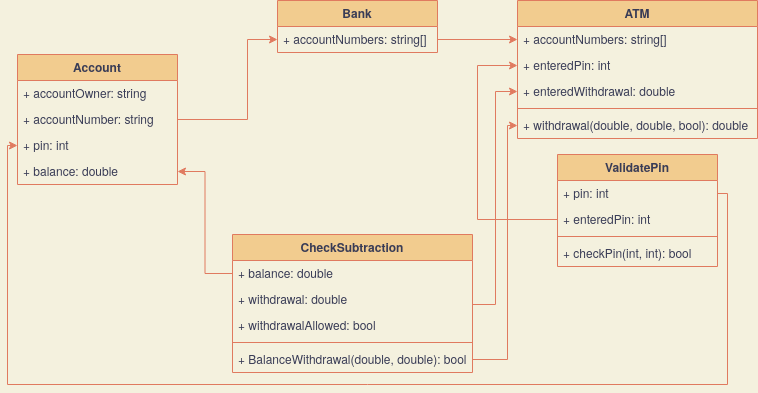
The draw.io diagram assets/class-diagram.png in LinusTM/atm-unittesting, before a commit. Source tidied: cells renumbered, new cells last; positions are measured from the earlier drawing's top-left corner, leaving out a move shared by most shapes.
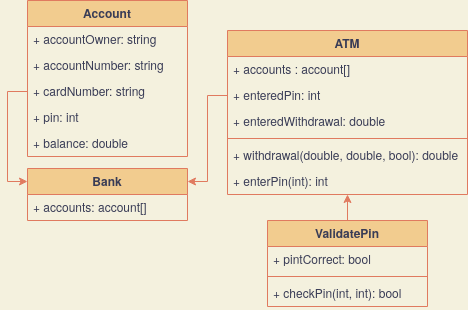
Above is the later version.

Change to the diagram source:
```diff
@@ -3,7 +3,7 @@
     <mxCell id="0" />
     <mxCell id="1" parent="0" />
     <mxCell id="2" value="Account" style="swimlane;fontStyle=1;align=center;verticalAlign=top;horizontal=1;startSize=26;fillColor=#F2CC8F;strokeColor=#E07A5F;fontColor=#393C56;" parent="1" vertex="1">
-      <mxGeometry x="10" y="54" width="160" height="130" as="geometry" />
+      <mxGeometry x="280" y="-116" width="160" height="156" as="geometry" />
     </mxCell>
     <mxCell id="3" value="+ accountOwner: string" style="text;strokeColor=none;fillColor=none;align=left;verticalAlign=top;spacingLeft=4;spacingRight=4;overflow=hidden;fontColor=#393C56;" parent="2" vertex="1">
       <mxGeometry y="26" width="160" height="26" as="geometry" />
@@ -11,31 +11,34 @@
     <mxCell id="4" value="+ accountNumber: string" style="text;strokeColor=none;fillColor=none;align=left;verticalAlign=top;spacingLeft=4;spacingRight=4;overflow=hidden;points=[[0,0.5],[1,0.5]];portConstraint=eastwest;fontColor=#393C56;" parent="2" vertex="1">
       <mxGeometry y="52" width="160" height="26" as="geometry" />
     </mxCell>
+    <mxCell id="33" value="+ cardNumber: string" style="text;strokeColor=none;fillColor=none;align=left;verticalAlign=top;spacingLeft=4;spacingRight=4;overflow=hidden;points=[[0,0.5],[1,0.5]];portConstraint=eastwest;fontColor=#393C56;" parent="2" vertex="1">
+      <mxGeometry y="78" width="160" height="26" as="geometry" />
+    </mxCell>
     <mxCell id="5" value="+ pin: int" style="text;strokeColor=none;fillColor=none;align=left;verticalAlign=top;spacingLeft=4;spacingRight=4;overflow=hidden;points=[[0,0.5],[1,0.5]];portConstraint=eastwest;fontColor=#393C56;" parent="2" vertex="1">
-      <mxGeometry y="78" width="160" height="26" as="geometry" />
+      <mxGeometry y="104" width="160" height="26" as="geometry" />
     </mxCell>
     <mxCell id="6" value="+ balance: double" style="text;strokeColor=none;fillColor=none;align=left;verticalAlign=top;spacingLeft=4;spacingRight=4;overflow=hidden;points=[[0,0.5],[1,0.5]];portConstraint=eastwest;fontColor=#393C56;" parent="2" vertex="1">
-      <mxGeometry y="104" width="160" height="26" as="geometry" />
+      <mxGeometry y="130" width="160" height="26" as="geometry" />
     </mxCell>
+    <mxCell id="34" style="edgeStyle=orthogonalEdgeStyle;rounded=1;sketch=0;jettySize=auto;html=1;exitX=0.5;exitY=0;exitDx=0;exitDy=0;entryX=0.5;entryY=1;entryDx=0;entryDy=0;fontColor=#393C56;strokeColor=#E07A5F;fillColor=#F2CC8F;" parent="1" edge="1" source="7" target="12">
+      <mxGeometry relative="1" as="geometry" />
+    </mxCell>
     <mxCell id="7" value="ValidatePin" style="swimlane;fontStyle=1;align=center;verticalAlign=top;horizontal=1;startSize=26;fillColor=#F2CC8F;strokeColor=#E07A5F;fontColor=#393C56;" parent="1" vertex="1">
-      <mxGeometry x="550" y="154" width="160" height="112" as="geometry" />
+      <mxGeometry x="520" y="104" width="160" height="86" as="geometry" />
     </mxCell>
-    <mxCell id="8" value="+ pin: int" style="text;strokeColor=none;fillColor=none;align=left;verticalAlign=top;spacingLeft=4;spacingRight=4;overflow=hidden;points=[[0,0.5],[1,0.5]];portConstraint=eastwest;fontColor=#393C56;" parent="7" vertex="1">
+    <mxCell id="8" value="+ pintCorrect: bool" style="text;strokeColor=none;fillColor=none;align=left;verticalAlign=top;spacingLeft=4;spacingRight=4;overflow=hidden;points=[[0,0.5],[1,0.5]];portConstraint=eastwest;fontColor=#393C56;" parent="7" vertex="1">
       <mxGeometry y="26" width="160" height="26" as="geometry" />
     </mxCell>
-    <mxCell id="9" value="+ enteredPin: int" style="text;strokeColor=none;fillColor=none;align=left;verticalAlign=top;spacingLeft=4;spacingRight=4;overflow=hidden;points=[[0,0.5],[1,0.5]];portConstraint=eastwest;fontColor=#393C56;" parent="7" vertex="1">
-      <mxGeometry y="52" width="160" height="26" as="geometry" />
-    </mxCell>
     <mxCell id="10" style="line;strokeWidth=1;fillColor=none;align=left;verticalAlign=middle;spacingTop=-1;spacingLeft=3;spacingRight=3;labelPosition=right;labelBackgroundColor=#F4F1DE;strokeColor=#E07A5F;fontColor=#393C56;" parent="7" vertex="1">
-      <mxGeometry y="78" width="160" height="8" as="geometry" />
+      <mxGeometry y="52" width="160" height="8" as="geometry" />
     </mxCell>
     <mxCell id="11" value="+ checkPin(int, int): bool" style="text;strokeColor=none;fillColor=none;align=left;verticalAlign=top;spacingLeft=4;spacingRight=4;overflow=hidden;fontColor=#393C56;" parent="7" vertex="1">
-      <mxGeometry y="86" width="160" height="26" as="geometry" />
+      <mxGeometry y="60" width="160" height="26" as="geometry" />
     </mxCell>
     <mxCell id="12" value="ATM&#10;" style="swimlane;fontStyle=1;align=center;verticalAlign=top;horizontal=1;startSize=26;fillColor=#F2CC8F;strokeColor=#E07A5F;fontColor=#393C56;" parent="1" vertex="1">
-      <mxGeometry x="510" width="240" height="138" as="geometry" />
+      <mxGeometry x="480" y="-86" width="240" height="164" as="geometry" />
     </mxCell>
-    <mxCell id="13" value="+ accountNumbers: string[]" style="text;strokeColor=none;fillColor=none;align=left;verticalAlign=top;spacingLeft=4;spacingRight=4;overflow=hidden;points=[[0,0.5],[1,0.5]];portConstraint=eastwest;fontColor=#393C56;" parent="12" vertex="1">
+    <mxCell id="13" value="+ accounts : account[]" style="text;strokeColor=none;fillColor=none;align=left;verticalAlign=top;spacingLeft=4;spacingRight=4;overflow=hidden;points=[[0,0.5],[1,0.5]];portConstraint=eastwest;fontColor=#393C56;" parent="12" vertex="1">
       <mxGeometry y="26" width="240" height="26" as="geometry" />
     </mxCell>
     <mxCell id="14" value="+ enteredPin: int" style="text;strokeColor=none;fillColor=none;align=left;verticalAlign=top;spacingLeft=4;spacingRight=4;overflow=hidden;points=[[0,0.5],[1,0.5]];portConstraint=eastwest;fontColor=#393C56;" parent="12" vertex="1">
@@ -50,77 +53,20 @@
     <mxCell id="17" value="+ withdrawal(double, double, bool): double" style="text;strokeColor=none;fillColor=none;align=left;verticalAlign=top;spacingLeft=4;spacingRight=4;overflow=hidden;points=[[0,0.5],[1,0.5]];portConstraint=eastwest;fontColor=#393C56;" parent="12" vertex="1">
       <mxGeometry y="112" width="240" height="26" as="geometry" />
     </mxCell>
-    <mxCell id="18" value="CheckSubtraction" style="swimlane;fontStyle=1;align=center;verticalAlign=top;horizontal=1;startSize=26;fillColor=#F2CC8F;strokeColor=#E07A5F;fontColor=#393C56;" parent="1" vertex="1">
-      <mxGeometry x="225" y="234" width="240" height="138" as="geometry" />
-    </mxCell>
-    <mxCell id="19" value="+ balance: double" style="text;strokeColor=none;fillColor=none;align=left;verticalAlign=top;spacingLeft=4;spacingRight=4;overflow=hidden;points=[[0,0.5],[1,0.5]];portConstraint=eastwest;fontColor=#393C56;" parent="18" vertex="1">
-      <mxGeometry y="26" width="240" height="26" as="geometry" />
-    </mxCell>
-    <mxCell id="20" value="+ withdrawal: double" style="text;strokeColor=none;fillColor=none;align=left;verticalAlign=top;spacingLeft=4;spacingRight=4;overflow=hidden;fontColor=#393C56;" parent="18" vertex="1">
-      <mxGeometry y="52" width="240" height="26" as="geometry" />
-    </mxCell>
-    <mxCell id="21" value="+ withdrawalAllowed: bool&#10;" style="text;strokeColor=none;fillColor=none;align=left;verticalAlign=top;spacingLeft=4;spacingRight=4;overflow=hidden;points=[[0,0.5],[1,0.5]];portConstraint=eastwest;fontColor=#393C56;" parent="18" vertex="1">
-      <mxGeometry y="78" width="240" height="26" as="geometry" />
-    </mxCell>
-    <mxCell id="22" style="line;strokeWidth=1;fillColor=none;align=left;verticalAlign=middle;spacingTop=-1;spacingLeft=3;spacingRight=3;labelPosition=right;labelBackgroundColor=#F4F1DE;strokeColor=#E07A5F;fontColor=#393C56;" parent="18" vertex="1">
-      <mxGeometry y="104" width="240" height="8" as="geometry" />
-    </mxCell>
-    <mxCell id="23" value="+ BalanceWithdrawal(double, double): bool" style="text;strokeColor=none;fillColor=none;align=left;verticalAlign=top;spacingLeft=4;spacingRight=4;overflow=hidden;points=[[0,0.5],[1,0.5]];portConstraint=eastwest;fontColor=#393C56;" parent="18" vertex="1">
-      <mxGeometry y="112" width="240" height="26" as="geometry" />
-    </mxCell>
+    <mxCell id="35" value="+ enterPin(int): int" style="text;strokeColor=none;fillColor=none;align=left;verticalAlign=top;spacingLeft=4;spacingRight=4;overflow=hidden;fontColor=#393C56;" parent="12" vertex="1">
+      <mxGeometry y="138" width="240" height="26" as="geometry" />
+    </mxCell>
     <mxCell id="24" value="Bank" style="swimlane;fontStyle=1;align=center;verticalAlign=top;horizontal=1;startSize=26;fillColor=#F2CC8F;strokeColor=#E07A5F;fontColor=#393C56;" parent="1" vertex="1">
-      <mxGeometry x="270" width="160" height="52" as="geometry" />
+      <mxGeometry x="280" y="52" width="160" height="52" as="geometry" />
     </mxCell>
-    <mxCell id="25" value="+ accountNumbers: string[]" style="text;strokeColor=none;fillColor=none;align=left;verticalAlign=top;spacingLeft=4;spacingRight=4;overflow=hidden;points=[[0,0.5],[1,0.5]];portConstraint=eastwest;fontColor=#393C56;" parent="24" vertex="1">
+    <mxCell id="25" value="+ accounts: account[]" style="text;strokeColor=none;fillColor=none;align=left;verticalAlign=top;spacingLeft=4;spacingRight=4;overflow=hidden;points=[[0,0.5],[1,0.5]];portConstraint=eastwest;fontColor=#393C56;" parent="24" vertex="1">
       <mxGeometry y="26" width="160" height="26" as="geometry" />
     </mxCell>
-    <mxCell id="26" style="edgeStyle=orthogonalEdgeStyle;rounded=0;jettySize=auto;html=1;exitX=1;exitY=0.5;exitDx=0;exitDy=0;entryX=0;entryY=0.5;entryDx=0;entryDy=0;labelBackgroundColor=#F4F1DE;strokeColor=#E07A5F;fontColor=#393C56;" parent="1" edge="1" source="4" target="25">
-      <mxGeometry relative="1" as="geometry">
-        <Array as="points">
-          <mxPoint x="240" y="119" />
-        </Array>
-      </mxGeometry>
-    </mxCell>
-    <mxCell id="27" style="edgeStyle=orthogonalEdgeStyle;rounded=0;jettySize=auto;html=1;exitX=0;exitY=0.5;exitDx=0;exitDy=0;entryX=1;entryY=0.5;entryDx=0;entryDy=0;labelBackgroundColor=#F4F1DE;strokeColor=#E07A5F;fontColor=#393C56;" parent="1" edge="1" source="19" target="6">
-      <mxGeometry relative="1" as="geometry" />
-    </mxCell>
-    <mxCell id="28" style="edgeStyle=orthogonalEdgeStyle;rounded=0;jettySize=auto;html=1;exitX=1;exitY=0.5;exitDx=0;exitDy=0;entryX=0;entryY=0.5;entryDx=0;entryDy=0;labelBackgroundColor=#F4F1DE;strokeColor=#E07A5F;fontColor=#393C56;" parent="1" edge="1" source="25" target="13">
-      <mxGeometry relative="1" as="geometry" />
-    </mxCell>
-    <mxCell id="29" style="edgeStyle=orthogonalEdgeStyle;rounded=0;jettySize=auto;html=1;exitX=0;exitY=0.5;exitDx=0;exitDy=0;entryX=0;entryY=0.5;entryDx=0;entryDy=0;labelBackgroundColor=#F4F1DE;strokeColor=#E07A5F;fontColor=#393C56;" parent="1" edge="1" source="9" target="14">
-      <mxGeometry relative="1" as="geometry">
-        <Array as="points">
-          <mxPoint x="470" y="219" />
-          <mxPoint x="470" y="65" />
-        </Array>
-      </mxGeometry>
-    </mxCell>
-    <mxCell id="30" style="edgeStyle=orthogonalEdgeStyle;rounded=0;jettySize=auto;html=1;exitX=1;exitY=0.5;exitDx=0;exitDy=0;entryX=0;entryY=0.5;entryDx=0;entryDy=0;labelBackgroundColor=#F4F1DE;strokeColor=#E07A5F;fontColor=#393C56;" parent="1" edge="1" source="21" target="15">
-      <mxGeometry relative="1" as="geometry">
-        <Array as="points">
-          <mxPoint x="465" y="304" />
-          <mxPoint x="488" y="304" />
-          <mxPoint x="488" y="91" />
-        </Array>
-      </mxGeometry>
-    </mxCell>
-    <mxCell id="31" style="edgeStyle=orthogonalEdgeStyle;rounded=0;jettySize=auto;html=1;exitX=1;exitY=0.5;exitDx=0;exitDy=0;entryX=0;entryY=0.5;entryDx=0;entryDy=0;labelBackgroundColor=#F4F1DE;strokeColor=#E07A5F;fontColor=#393C56;" parent="1" edge="1" source="8" target="5">
-      <mxGeometry relative="1" as="geometry">
-        <Array as="points">
-          <mxPoint x="720" y="193" />
-          <mxPoint x="720" y="384" />
-          <mxPoint y="384" />
-          <mxPoint y="145" />
-        </Array>
-      </mxGeometry>
-    </mxCell>
-    <mxCell id="32" style="edgeStyle=orthogonalEdgeStyle;rounded=0;jettySize=auto;html=1;exitX=1;exitY=0.5;exitDx=0;exitDy=0;entryX=0;entryY=0.5;entryDx=0;entryDy=0;labelBackgroundColor=#F4F1DE;strokeColor=#E07A5F;fontColor=#393C56;" parent="1" edge="1" source="23" target="17">
-      <mxGeometry relative="1" as="geometry">
-        <Array as="points">
-          <mxPoint x="500" y="359" />
-          <mxPoint x="500" y="125" />
-        </Array>
-      </mxGeometry>
-    </mxCell>
+    <mxCell id="36" style="edgeStyle=orthogonalEdgeStyle;rounded=0;sketch=0;jettySize=auto;html=1;exitX=0;exitY=0.5;exitDx=0;exitDy=0;entryX=1;entryY=0.25;entryDx=0;entryDy=0;fontColor=#393C56;strokeColor=#E07A5F;fillColor=#F2CC8F;" parent="1" edge="1" source="14" target="24">
+      <mxGeometry relative="1" as="geometry" />
+    </mxCell>
+    <mxCell id="37" style="edgeStyle=orthogonalEdgeStyle;rounded=0;sketch=0;jettySize=auto;html=1;exitX=0;exitY=0.5;exitDx=0;exitDy=0;entryX=0;entryY=0.25;entryDx=0;entryDy=0;fontColor=#393C56;strokeColor=#E07A5F;fillColor=#F2CC8F;" parent="1" edge="1" source="33" target="24">
+      <mxGeometry relative="1" as="geometry" />
+    </mxCell>
   </root>
 </mxGraphModel>
```
